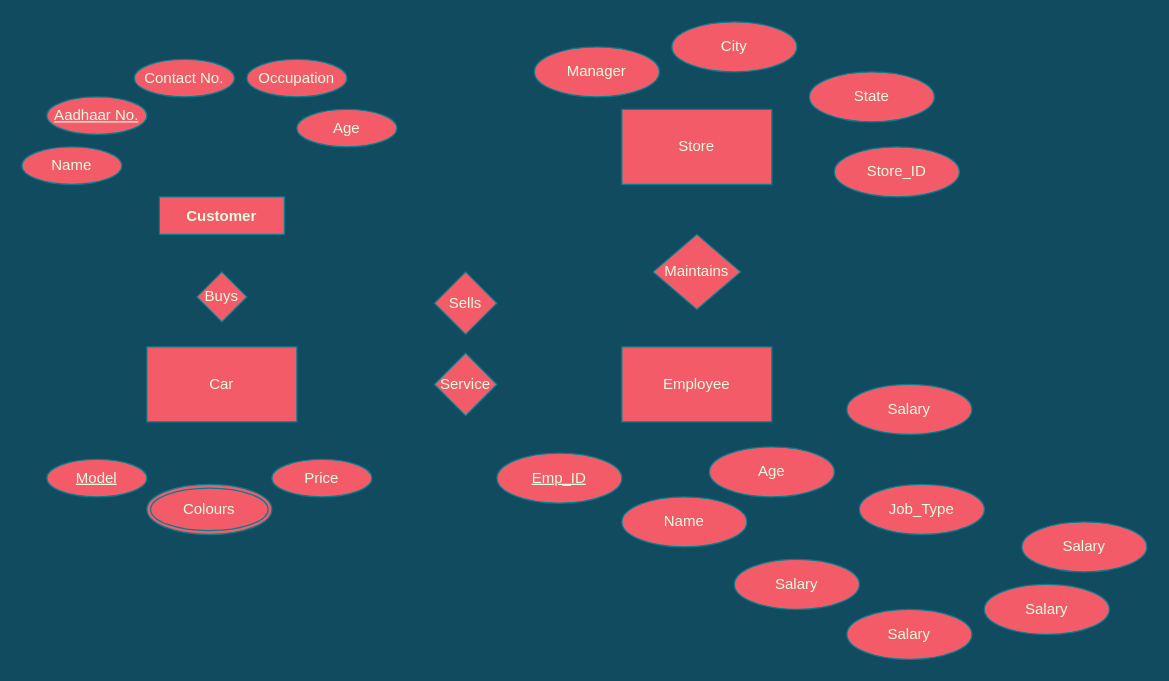
Earlier version of the draw.io diagram Untitled Diagram.drawio (navneetnair7/DBMS). Source tidied: cells renumbered, new cells numbered last; positions are measured from the earlier drawing's top-left corner, leaving out a move shared by most shapes. Both pictures are drawn from the tidied source at 125%, with x=0, y=0 at pixel (21, 21).
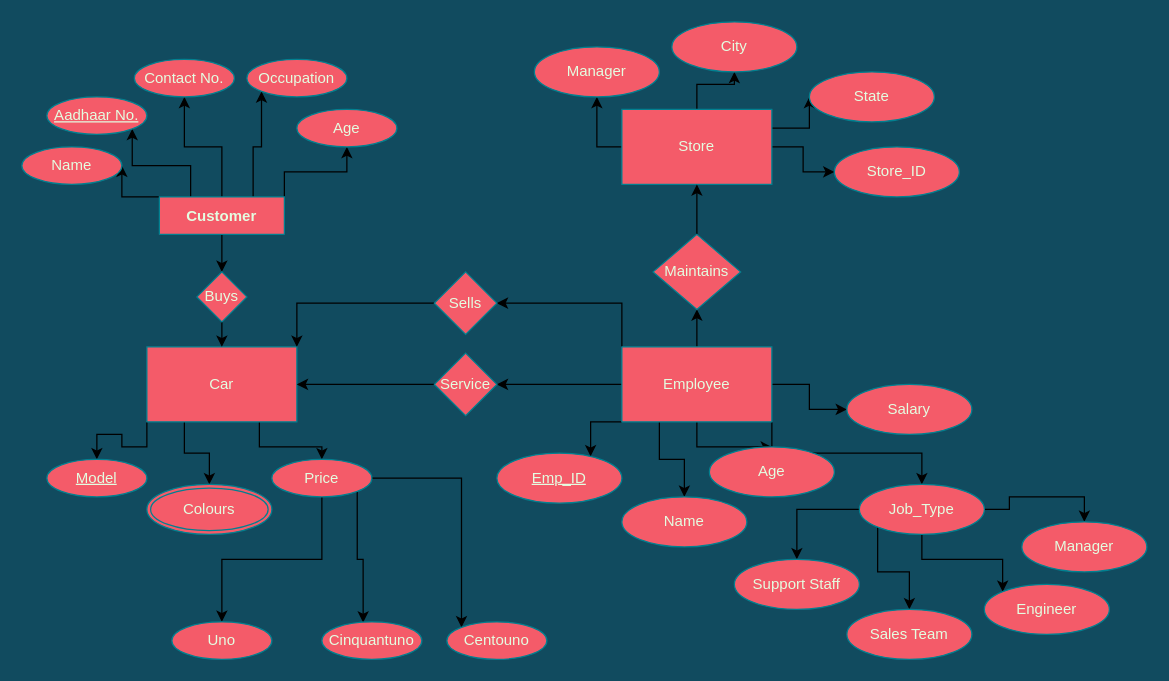
After the change.

Unchanged cells that the change refers to:
```xml
<mxCell id="2" value="Customer" style="shape=table;startSize=30;childLayout=tableLayout;rowLines=0;fontStyle=1;align=center;fillColor=#F45B69;strokeColor=#028090;fontColor=#E4FDE1;" parent="1" vertex="1" collapsed="1">
  <mxGeometry x="110" y="140" width="100" height="30" as="geometry" />
</mxCell>
<mxCell id="3" value="Car" style="rounded=0;whiteSpace=wrap;html=1;fillColor=#F45B69;strokeColor=#028090;fontColor=#E4FDE1;" parent="1" vertex="1">
  <mxGeometry x="100" y="260" width="120" height="60" as="geometry" />
</mxCell>
<mxCell id="4" value="Employee" style="rounded=0;whiteSpace=wrap;html=1;fillColor=#F45B69;strokeColor=#028090;fontColor=#E4FDE1;" parent="1" vertex="1">
  <mxGeometry x="480" y="260" width="120" height="60" as="geometry" />
</mxCell>
<mxCell id="5" value="Store" style="rounded=0;whiteSpace=wrap;html=1;fillColor=#F45B69;strokeColor=#028090;fontColor=#E4FDE1;" parent="1" vertex="1">
  <mxGeometry x="480" y="70" width="120" height="60" as="geometry" />
</mxCell>
<mxCell id="6" value="Buys" style="rhombus;whiteSpace=wrap;html=1;fillColor=#F45B69;strokeColor=#028090;fontColor=#E4FDE1;" parent="1" vertex="1">
  <mxGeometry x="140" y="200" width="40" height="40" as="geometry" />
</mxCell>
<mxCell id="7" value="Service" style="rhombus;whiteSpace=wrap;html=1;fillColor=#F45B69;strokeColor=#028090;fontColor=#E4FDE1;" parent="1" vertex="1">
  <mxGeometry x="330" y="265" width="50" height="50" as="geometry" />
</mxCell>
<mxCell id="8" value="Sells" style="rhombus;whiteSpace=wrap;html=1;fillColor=#F45B69;strokeColor=#028090;fontColor=#E4FDE1;" parent="1" vertex="1">
  <mxGeometry x="330" y="200" width="50" height="50" as="geometry" />
</mxCell>
<mxCell id="9" value="Maintains" style="rhombus;whiteSpace=wrap;html=1;fillColor=#F45B69;strokeColor=#028090;fontColor=#E4FDE1;" parent="1" vertex="1">
  <mxGeometry x="505" y="170" width="70" height="60" as="geometry" />
</mxCell>
<mxCell id="10" value="Name" style="ellipse;whiteSpace=wrap;html=1;strokeColor=#028090;fontColor=#E4FDE1;fillColor=#F45B69;" parent="1" vertex="1">
  <mxGeometry y="100" width="80" height="30" as="geometry" />
</mxCell>
<mxCell id="11" value="Aadhaar No." style="ellipse;whiteSpace=wrap;html=1;strokeColor=#028090;fontColor=#E4FDE1;fillColor=#F45B69;fontStyle=4;" parent="1" vertex="1">
  <mxGeometry x="20" y="60" width="80" height="30" as="geometry" />
</mxCell>
<mxCell id="12" value="Contact No." style="ellipse;whiteSpace=wrap;html=1;strokeColor=#028090;fontColor=#E4FDE1;fillColor=#F45B69;" parent="1" vertex="1">
  <mxGeometry x="90" y="30" width="80" height="30" as="geometry" />
</mxCell>
<mxCell id="13" value="Occupation" style="ellipse;whiteSpace=wrap;html=1;strokeColor=#028090;fontColor=#E4FDE1;fillColor=#F45B69;" parent="1" vertex="1">
  <mxGeometry x="180" y="30" width="80" height="30" as="geometry" />
</mxCell>
<mxCell id="14" value="Age" style="ellipse;whiteSpace=wrap;html=1;strokeColor=#028090;fontColor=#E4FDE1;fillColor=#F45B69;" parent="1" vertex="1">
  <mxGeometry x="220" y="70" width="80" height="30" as="geometry" />
</mxCell>
<mxCell id="15" value="&lt;u&gt;Model&lt;/u&gt;" style="ellipse;whiteSpace=wrap;html=1;strokeColor=#028090;fontColor=#E4FDE1;fillColor=#F45B69;" parent="1" vertex="1">
  <mxGeometry x="20" y="350" width="80" height="30" as="geometry" />
</mxCell>
<mxCell id="16" value="Colours" style="ellipse;shape=doubleEllipse;margin=3;whiteSpace=wrap;html=1;align=center;strokeColor=#028090;fontColor=#E4FDE1;fillColor=#F45B69;" parent="1" vertex="1">
  <mxGeometry x="100" y="370" width="100" height="40" as="geometry" />
</mxCell>
<mxCell id="17" value="Price" style="ellipse;whiteSpace=wrap;html=1;strokeColor=#028090;fontColor=#E4FDE1;fillColor=#F45B69;" parent="1" vertex="1">
  <mxGeometry x="200" y="350" width="80" height="30" as="geometry" />
</mxCell>
<mxCell id="18" value="Manager" style="ellipse;whiteSpace=wrap;html=1;align=center;strokeColor=#028090;fontColor=#E4FDE1;fillColor=#F45B69;" parent="1" vertex="1">
  <mxGeometry x="410" y="20" width="100" height="40" as="geometry" />
</mxCell>
<mxCell id="19" value="City" style="ellipse;whiteSpace=wrap;html=1;align=center;strokeColor=#028090;fontColor=#E4FDE1;fillColor=#F45B69;" parent="1" vertex="1">
  <mxGeometry x="520" width="100" height="40" as="geometry" />
</mxCell>
<mxCell id="20" value="State" style="ellipse;whiteSpace=wrap;html=1;align=center;strokeColor=#028090;fontColor=#E4FDE1;fillColor=#F45B69;" parent="1" vertex="1">
  <mxGeometry x="630" y="40" width="100" height="40" as="geometry" />
</mxCell>
<mxCell id="21" value="Store_ID" style="ellipse;whiteSpace=wrap;html=1;align=center;strokeColor=#028090;fontColor=#E4FDE1;fillColor=#F45B69;" parent="1" vertex="1">
  <mxGeometry x="650" y="100" width="100" height="40" as="geometry" />
</mxCell>
<mxCell id="22" value="Emp_ID" style="ellipse;whiteSpace=wrap;html=1;align=center;fontStyle=4;strokeColor=#028090;fontColor=#E4FDE1;fillColor=#F45B69;" parent="1" vertex="1">
  <mxGeometry x="380" y="345" width="100" height="40" as="geometry" />
</mxCell>
<mxCell id="23" value="Name" style="ellipse;whiteSpace=wrap;html=1;align=center;strokeColor=#028090;fontColor=#E4FDE1;fillColor=#F45B69;" parent="1" vertex="1">
  <mxGeometry x="480" y="380" width="100" height="40" as="geometry" />
</mxCell>
<mxCell id="24" value="Age" style="ellipse;whiteSpace=wrap;html=1;align=center;strokeColor=#028090;fontColor=#E4FDE1;fillColor=#F45B69;" parent="1" vertex="1">
  <mxGeometry x="550" y="340" width="100" height="40" as="geometry" />
</mxCell>
<mxCell id="25" value="Salary" style="ellipse;whiteSpace=wrap;html=1;align=center;strokeColor=#028090;fontColor=#E4FDE1;fillColor=#F45B69;" parent="1" vertex="1">
  <mxGeometry x="660" y="290" width="100" height="40" as="geometry" />
</mxCell>
<mxCell id="26" value="Job_Type" style="ellipse;whiteSpace=wrap;html=1;align=center;strokeColor=#028090;fontColor=#E4FDE1;fillColor=#F45B69;" parent="1" vertex="1">
  <mxGeometry x="670" y="370" width="100" height="40" as="geometry" />
</mxCell>
```

Change to the diagram source:
```diff
@@
+    <mxCell id="31" style="edgeStyle=orthogonalEdgeStyle;rounded=0;jettySize=auto;html=1;exitX=0;exitY=0;exitDx=0;exitDy=0;entryX=1;entryY=0.5;entryDx=0;entryDy=0;" parent="1" edge="1" source="2" target="10">
+      <mxGeometry relative="1" as="geometry" />
+    </mxCell>
+    <mxCell id="32" style="edgeStyle=orthogonalEdgeStyle;rounded=0;jettySize=auto;html=1;exitX=0.25;exitY=0;exitDx=0;exitDy=0;entryX=1;entryY=1;entryDx=0;entryDy=0;" parent="1" edge="1" source="2" target="11">
+      <mxGeometry relative="1" as="geometry" />
+    </mxCell>
+    <mxCell id="33" style="edgeStyle=orthogonalEdgeStyle;rounded=0;jettySize=auto;html=1;exitX=0.5;exitY=0;exitDx=0;exitDy=0;entryX=0.5;entryY=1;entryDx=0;entryDy=0;" parent="1" edge="1" source="2" target="12">
+      <mxGeometry relative="1" as="geometry" />
+    </mxCell>
+    <mxCell id="34" style="edgeStyle=orthogonalEdgeStyle;rounded=0;jettySize=auto;html=1;exitX=0.75;exitY=0;exitDx=0;exitDy=0;entryX=0;entryY=1;entryDx=0;entryDy=0;" parent="1" edge="1" source="2" target="13">
+      <mxGeometry relative="1" as="geometry" />
+    </mxCell>
+    <mxCell id="35" style="edgeStyle=orthogonalEdgeStyle;rounded=0;jettySize=auto;html=1;exitX=1;exitY=0;exitDx=0;exitDy=0;" parent="1" edge="1" source="2" target="14">
+      <mxGeometry relative="1" as="geometry" />
+    </mxCell>
+    <mxCell id="36" style="edgeStyle=orthogonalEdgeStyle;rounded=0;jettySize=auto;html=1;" parent="1" edge="1" source="2" target="6">
+      <mxGeometry relative="1" as="geometry" />
+    </mxCell>
@@
+    <mxCell id="37" style="edgeStyle=orthogonalEdgeStyle;rounded=0;jettySize=auto;html=1;exitX=0;exitY=1;exitDx=0;exitDy=0;entryX=0.5;entryY=0;entryDx=0;entryDy=0;" parent="1" edge="1" source="3" target="15">
+      <mxGeometry relative="1" as="geometry" />
+    </mxCell>
+    <mxCell id="38" style="edgeStyle=orthogonalEdgeStyle;rounded=0;jettySize=auto;html=1;exitX=0.25;exitY=1;exitDx=0;exitDy=0;entryX=0.5;entryY=0;entryDx=0;entryDy=0;" parent="1" edge="1" source="3" target="16">
+      <mxGeometry relative="1" as="geometry" />
+    </mxCell>
+    <mxCell id="39" style="edgeStyle=orthogonalEdgeStyle;rounded=0;jettySize=auto;html=1;exitX=0.75;exitY=1;exitDx=0;exitDy=0;entryX=0.5;entryY=0;entryDx=0;entryDy=0;" parent="1" edge="1" source="3" target="17">
+      <mxGeometry relative="1" as="geometry" />
+    </mxCell>
@@
+    <mxCell id="40" style="edgeStyle=orthogonalEdgeStyle;rounded=0;jettySize=auto;html=1;exitX=0.5;exitY=0;exitDx=0;exitDy=0;entryX=0.5;entryY=1;entryDx=0;entryDy=0;" parent="1" edge="1" source="4" target="9">
+      <mxGeometry relative="1" as="geometry" />
+    </mxCell>
+    <mxCell id="41" style="edgeStyle=orthogonalEdgeStyle;rounded=0;jettySize=auto;html=1;exitX=0;exitY=1;exitDx=0;exitDy=0;entryX=0.75;entryY=0.063;entryDx=0;entryDy=0;entryPerimeter=0;" parent="1" edge="1" source="4" target="22">
+      <mxGeometry relative="1" as="geometry" />
+    </mxCell>
+    <mxCell id="42" style="edgeStyle=orthogonalEdgeStyle;rounded=0;jettySize=auto;html=1;exitX=0.25;exitY=1;exitDx=0;exitDy=0;" parent="1" edge="1" source="4" target="23">
+      <mxGeometry relative="1" as="geometry" />
+    </mxCell>
+    <mxCell id="43" style="edgeStyle=orthogonalEdgeStyle;rounded=0;jettySize=auto;html=1;exitX=0.5;exitY=1;exitDx=0;exitDy=0;entryX=0.5;entryY=0;entryDx=0;entryDy=0;" parent="1" edge="1" source="4" target="24">
+      <mxGeometry relative="1" as="geometry" />
+    </mxCell>
+    <mxCell id="44" style="edgeStyle=orthogonalEdgeStyle;rounded=0;jettySize=auto;html=1;exitX=1;exitY=0.5;exitDx=0;exitDy=0;entryX=0;entryY=0.5;entryDx=0;entryDy=0;" parent="1" edge="1" source="4" target="25">
+      <mxGeometry relative="1" as="geometry" />
+    </mxCell>
+    <mxCell id="45" style="edgeStyle=orthogonalEdgeStyle;rounded=0;jettySize=auto;html=1;exitX=1;exitY=1;exitDx=0;exitDy=0;entryX=0.5;entryY=0;entryDx=0;entryDy=0;" parent="1" edge="1" source="4" target="26">
+      <mxGeometry relative="1" as="geometry" />
+    </mxCell>
+    <mxCell id="46" style="edgeStyle=orthogonalEdgeStyle;rounded=0;jettySize=auto;html=1;" parent="1" edge="1" source="4" target="7">
+      <mxGeometry relative="1" as="geometry" />
+    </mxCell>
+    <mxCell id="47" style="edgeStyle=orthogonalEdgeStyle;rounded=0;jettySize=auto;html=1;exitX=0;exitY=0;exitDx=0;exitDy=0;entryX=1;entryY=0.5;entryDx=0;entryDy=0;" parent="1" edge="1" source="4" target="8">
+      <mxGeometry relative="1" as="geometry" />
+    </mxCell>
@@
+    <mxCell id="48" style="edgeStyle=orthogonalEdgeStyle;rounded=0;jettySize=auto;html=1;exitX=0.5;exitY=0;exitDx=0;exitDy=0;entryX=0.5;entryY=1;entryDx=0;entryDy=0;" parent="1" edge="1" source="5" target="19">
+      <mxGeometry relative="1" as="geometry" />
+    </mxCell>
+    <mxCell id="49" style="edgeStyle=orthogonalEdgeStyle;rounded=0;jettySize=auto;html=1;exitX=1;exitY=0.25;exitDx=0;exitDy=0;entryX=0;entryY=0.5;entryDx=0;entryDy=0;" parent="1" edge="1" source="5" target="20">
+      <mxGeometry relative="1" as="geometry" />
+    </mxCell>
+    <mxCell id="50" style="edgeStyle=orthogonalEdgeStyle;rounded=0;jettySize=auto;html=1;exitX=1;exitY=0.5;exitDx=0;exitDy=0;" parent="1" edge="1" source="5" target="21">
+      <mxGeometry relative="1" as="geometry" />
+    </mxCell>
+    <mxCell id="51" style="edgeStyle=orthogonalEdgeStyle;rounded=0;jettySize=auto;html=1;exitX=0;exitY=0.5;exitDx=0;exitDy=0;entryX=0.5;entryY=1;entryDx=0;entryDy=0;" parent="1" edge="1" source="5" target="18">
+      <mxGeometry relative="1" as="geometry" />
+    </mxCell>
@@
+    <mxCell id="52" style="edgeStyle=orthogonalEdgeStyle;rounded=0;jettySize=auto;html=1;exitX=0.5;exitY=1;exitDx=0;exitDy=0;entryX=0.5;entryY=0;entryDx=0;entryDy=0;" parent="1" edge="1" source="6" target="3">
+      <mxGeometry relative="1" as="geometry" />
+    </mxCell>
@@
+    <mxCell id="53" style="edgeStyle=orthogonalEdgeStyle;rounded=0;jettySize=auto;html=1;exitX=0;exitY=0.5;exitDx=0;exitDy=0;entryX=1;entryY=0.5;entryDx=0;entryDy=0;" parent="1" edge="1" source="7" target="3">
+      <mxGeometry relative="1" as="geometry" />
+    </mxCell>
@@
+    <mxCell id="54" style="edgeStyle=orthogonalEdgeStyle;rounded=0;jettySize=auto;html=1;exitX=0;exitY=0.5;exitDx=0;exitDy=0;entryX=1;entryY=0;entryDx=0;entryDy=0;" parent="1" edge="1" source="8" target="3">
+      <mxGeometry relative="1" as="geometry" />
+    </mxCell>
@@
+    <mxCell id="55" style="edgeStyle=orthogonalEdgeStyle;rounded=0;jettySize=auto;html=1;exitX=0.5;exitY=0;exitDx=0;exitDy=0;entryX=0.5;entryY=1;entryDx=0;entryDy=0;" parent="1" edge="1" source="9" target="5">
+      <mxGeometry relative="1" as="geometry" />
+    </mxCell>
@@
+    <mxCell id="56" style="edgeStyle=orthogonalEdgeStyle;rounded=0;jettySize=auto;html=1;exitX=0.5;exitY=1;exitDx=0;exitDy=0;entryX=0.5;entryY=0;entryDx=0;entryDy=0;" parent="1" edge="1" source="17" target="63">
+      <mxGeometry relative="1" as="geometry" />
+    </mxCell>
+    <mxCell id="57" style="edgeStyle=orthogonalEdgeStyle;rounded=0;jettySize=auto;html=1;exitX=1;exitY=1;exitDx=0;exitDy=0;entryX=0.413;entryY=0.017;entryDx=0;entryDy=0;entryPerimeter=0;" parent="1" edge="1" source="17" target="65">
+      <mxGeometry relative="1" as="geometry" />
+    </mxCell>
+    <mxCell id="58" style="edgeStyle=orthogonalEdgeStyle;rounded=0;jettySize=auto;html=1;exitX=1;exitY=0.5;exitDx=0;exitDy=0;entryX=0;entryY=0;entryDx=0;entryDy=0;" parent="1" edge="1" source="17" target="64">
+      <mxGeometry relative="1" as="geometry" />
+    </mxCell>
@@
+    <mxCell id="59" style="edgeStyle=orthogonalEdgeStyle;rounded=0;jettySize=auto;html=1;exitX=0;exitY=0.5;exitDx=0;exitDy=0;entryX=0.5;entryY=0;entryDx=0;entryDy=0;" parent="1" edge="1" source="26" target="27">
+      <mxGeometry relative="1" as="geometry" />
+    </mxCell>
+    <mxCell id="60" style="edgeStyle=orthogonalEdgeStyle;rounded=0;jettySize=auto;html=1;exitX=0;exitY=1;exitDx=0;exitDy=0;entryX=0.5;entryY=0;entryDx=0;entryDy=0;" parent="1" edge="1" source="26" target="28">
+      <mxGeometry relative="1" as="geometry" />
+    </mxCell>
+    <mxCell id="61" style="edgeStyle=orthogonalEdgeStyle;rounded=0;jettySize=auto;html=1;exitX=0.5;exitY=1;exitDx=0;exitDy=0;entryX=0;entryY=0;entryDx=0;entryDy=0;" parent="1" edge="1" source="26" target="29">
+      <mxGeometry relative="1" as="geometry" />
+    </mxCell>
+    <mxCell id="62" style="edgeStyle=orthogonalEdgeStyle;rounded=0;jettySize=auto;html=1;exitX=1;exitY=0.5;exitDx=0;exitDy=0;entryX=0.5;entryY=0;entryDx=0;entryDy=0;" parent="1" edge="1" source="26" target="30">
+      <mxGeometry relative="1" as="geometry" />
+    </mxCell>
@@
-    <mxCell id="27" value="Salary" style="ellipse;whiteSpace=wrap;html=1;align=center;strokeColor=#028090;fontColor=#E4FDE1;fillColor=#F45B69;" parent="1" vertex="1">
+    <mxCell id="27" value="Support Staff" style="ellipse;whiteSpace=wrap;html=1;align=center;strokeColor=#028090;fontColor=#E4FDE1;fillColor=#F45B69;" parent="1" vertex="1">
       <mxGeometry x="570" y="430" width="100" height="40" as="geometry" />
     </mxCell>
-    <mxCell id="28" value="Salary" style="ellipse;whiteSpace=wrap;html=1;align=center;strokeColor=#028090;fontColor=#E4FDE1;fillColor=#F45B69;" parent="1" vertex="1">
+    <mxCell id="28" value="Sales Team" style="ellipse;whiteSpace=wrap;html=1;align=center;strokeColor=#028090;fontColor=#E4FDE1;fillColor=#F45B69;" parent="1" vertex="1">
       <mxGeometry x="660" y="470" width="100" height="40" as="geometry" />
     </mxCell>
-    <mxCell id="29" value="Salary" style="ellipse;whiteSpace=wrap;html=1;align=center;strokeColor=#028090;fontColor=#E4FDE1;fillColor=#F45B69;" parent="1" vertex="1">
+    <mxCell id="29" value="Engineer" style="ellipse;whiteSpace=wrap;html=1;align=center;strokeColor=#028090;fontColor=#E4FDE1;fillColor=#F45B69;" parent="1" vertex="1">
       <mxGeometry x="770" y="450" width="100" height="40" as="geometry" />
     </mxCell>
-    <mxCell id="30" value="Salary" style="ellipse;whiteSpace=wrap;html=1;align=center;strokeColor=#028090;fontColor=#E4FDE1;fillColor=#F45B69;" parent="1" vertex="1">
+    <mxCell id="30" value="Manager" style="ellipse;whiteSpace=wrap;html=1;align=center;strokeColor=#028090;fontColor=#E4FDE1;fillColor=#F45B69;" parent="1" vertex="1">
       <mxGeometry x="800" y="400" width="100" height="40" as="geometry" />
     </mxCell>
+    <mxCell id="63" value="Uno" style="ellipse;whiteSpace=wrap;html=1;strokeColor=#028090;fontColor=#E4FDE1;fillColor=#F45B69;" parent="1" vertex="1">
+      <mxGeometry x="120" y="480" width="80" height="30" as="geometry" />
+    </mxCell>
+    <mxCell id="64" value="Cento­uno" style="ellipse;whiteSpace=wrap;html=1;strokeColor=#028090;fontColor=#E4FDE1;fillColor=#F45B69;" parent="1" vertex="1">
+      <mxGeometry x="340" y="480" width="80" height="30" as="geometry" />
+    </mxCell>
+    <mxCell id="65" value="Cinquantuno" style="ellipse;whiteSpace=wrap;html=1;strokeColor=#028090;fontColor=#E4FDE1;fillColor=#F45B69;" parent="1" vertex="1">
+      <mxGeometry x="240" y="480" width="80" height="30" as="geometry" />
+    </mxCell>
```
